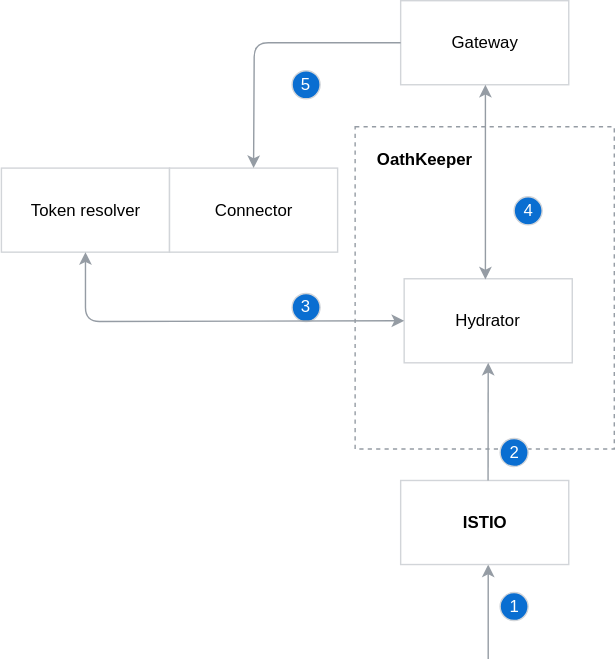
Above: docs/compass/assets/token-security-diagram-connector.svg in kyma-incubator/compass (draw.io), before the change. Source tidied: cells renumbered, new cells last; positions are measured from the earlier drawing's top-left corner, leaving out a move shared by most shapes. Source of this version:
```xml
<mxGraphModel>
  <root>
    <mxCell id="0" />
    <mxCell id="1" parent="0" />
    <mxCell id="2" style="rounded=0;whiteSpace=wrap;html=1;dashed=1;strokeColor=#959CA4;" parent="1" vertex="1">
      <mxGeometry x="253" y="90" width="185" height="230" as="geometry" />
    </mxCell>
    <mxCell id="3" value="Gateway" style="rounded=0;whiteSpace=wrap;html=1;strokeColor=#D2D5D9;" parent="1" vertex="1">
      <mxGeometry x="285.5" width="120" height="60" as="geometry" />
    </mxCell>
    <mxCell id="4" value="&lt;font color=&quot;#ffffff&quot;&gt;5&lt;br&gt;&lt;/font&gt;" style="ellipse;whiteSpace=wrap;html=1;strokeColor=#D2D5D9;fillColor=#0A6ED1;" parent="1" vertex="1">
      <mxGeometry x="208" y="50" width="20" height="20" as="geometry" />
    </mxCell>
    <mxCell id="5" value="&lt;font color=&quot;#ffffff&quot;&gt;4&lt;br&gt;&lt;/font&gt;" style="ellipse;whiteSpace=wrap;html=1;strokeColor=#D2D5D9;fillColor=#0A6ED1;" parent="1" vertex="1">
      <mxGeometry x="366.5" y="140" width="20" height="20" as="geometry" />
    </mxCell>
    <mxCell id="6" value="&lt;b&gt;OathKeeper&lt;/b&gt;" style="text;html=1;" parent="1" vertex="1">
      <mxGeometry x="267" y="100" width="70" height="30" as="geometry" />
    </mxCell>
    <mxCell id="7" value="&lt;font color=&quot;#ffffff&quot;&gt;1&lt;br&gt;&lt;/font&gt;" style="ellipse;whiteSpace=wrap;html=1;strokeColor=#D2D5D9;fillColor=#0A6ED1;" parent="1" vertex="1">
      <mxGeometry x="356.5" y="422.5" width="20" height="20" as="geometry" />
    </mxCell>
    <mxCell id="8" style="endArrow=classic;startArrow=none;html=1;entryX=0.5;entryY=1;entryDx=0;entryDy=0;strokeColor=#959CA4;startFill=0;" parent="1" edge="1">
      <mxGeometry relative="1" as="geometry">
        <mxPoint x="348" y="470" as="sourcePoint" />
        <mxPoint x="348" y="402.5" as="targetPoint" />
      </mxGeometry>
    </mxCell>
    <mxCell id="9" style="group;" parent="1" vertex="1">
      <mxGeometry x="58" y="97.5" width="350" height="245" as="geometry" />
    </mxCell>
    <mxCell id="10" style="group;" parent="9" vertex="1">
      <mxGeometry x="230" width="120" height="245" as="geometry" />
    </mxCell>
    <mxCell id="11" value="Hydrator" style="rounded=0;whiteSpace=wrap;html=1;strokeColor=#D2D5D9;" parent="10" vertex="1">
      <mxGeometry y="101" width="120" height="60" as="geometry" />
    </mxCell>
    <mxCell id="12" value="&lt;font color=&quot;#ffffff&quot;&gt;2&lt;br&gt;&lt;/font&gt;" style="ellipse;whiteSpace=wrap;html=1;strokeColor=#D2D5D9;fillColor=#0A6ED1;" parent="10" vertex="1">
      <mxGeometry x="68.5" y="215" width="20" height="20" as="geometry" />
    </mxCell>
    <mxCell id="13" value="&lt;font color=&quot;#ffffff&quot;&gt;3&lt;br&gt;&lt;/font&gt;" style="ellipse;whiteSpace=wrap;html=1;strokeColor=#D2D5D9;fillColor=#0A6ED1;" parent="9" vertex="1">
      <mxGeometry x="150" y="111.5" width="20" height="20" as="geometry" />
    </mxCell>
    <mxCell id="14" value="Token resolver" style="rounded=0;whiteSpace=wrap;html=1;fillColor=#FFFFFF;strokeColor=#D2D5D9;" parent="1" vertex="1">
      <mxGeometry x="0.5" y="119.5" width="120" height="60" as="geometry" />
    </mxCell>
    <mxCell id="15" value="Connector" style="rounded=0;whiteSpace=wrap;html=1;strokeColor=#D2D5D9;" parent="1" vertex="1">
      <mxGeometry x="120.5" y="119.5" width="120" height="60" as="geometry" />
    </mxCell>
    <mxCell id="16" style="endArrow=classic;startArrow=classic;html=1;entryX=0;entryY=0.5;entryDx=0;entryDy=0;strokeColor=#959CA4;exitX=0.5;exitY=1;exitDx=0;exitDy=0;" parent="1" edge="1" target="11">
      <mxGeometry relative="1" as="geometry">
        <mxPoint x="60.5" y="179.5" as="sourcePoint" />
        <Array as="points">
          <mxPoint x="60.5" y="229" />
        </Array>
      </mxGeometry>
    </mxCell>
    <mxCell id="17" style="group;" parent="1" vertex="1">
      <mxGeometry x="285.5" y="342.5" width="120" height="60" as="geometry" />
    </mxCell>
    <mxCell id="18" value="&lt;b&gt;ISTIO&lt;/b&gt;" style="rounded=0;whiteSpace=wrap;html=1;fillColor=#FFFFFF;strokeColor=#D2D5D9;" parent="17" vertex="1">
      <mxGeometry width="120" height="60" as="geometry" />
    </mxCell>
    <mxCell id="19" style="endArrow=classic;startArrow=classic;html=1;strokeColor=#959CA4;" parent="1" edge="1">
      <mxGeometry relative="1" as="geometry">
        <mxPoint x="346" y="199" as="sourcePoint" />
        <mxPoint x="346" y="60" as="targetPoint" />
      </mxGeometry>
    </mxCell>
    <mxCell id="20" style="endArrow=classic;startArrow=none;html=1;entryX=0.5;entryY=1;entryDx=0;entryDy=0;strokeColor=#959CA4;startFill=0;exitX=0.52;exitY=0;exitDx=0;exitDy=0;exitPerimeter=0;" parent="1" edge="1" source="18" target="11">
      <mxGeometry relative="1" as="geometry" />
    </mxCell>
    <mxCell id="21" style="endArrow=classic;startArrow=none;html=1;entryX=0.5;entryY=0;entryDx=0;entryDy=0;strokeColor=#959CA4;startFill=0;exitX=0;exitY=0.5;exitDx=0;exitDy=0;" parent="1" edge="1" source="3" target="15">
      <mxGeometry relative="1" as="geometry">
        <Array as="points">
          <mxPoint x="181" y="30" />
        </Array>
      </mxGeometry>
    </mxCell>
  </root>
</mxGraphModel>
```
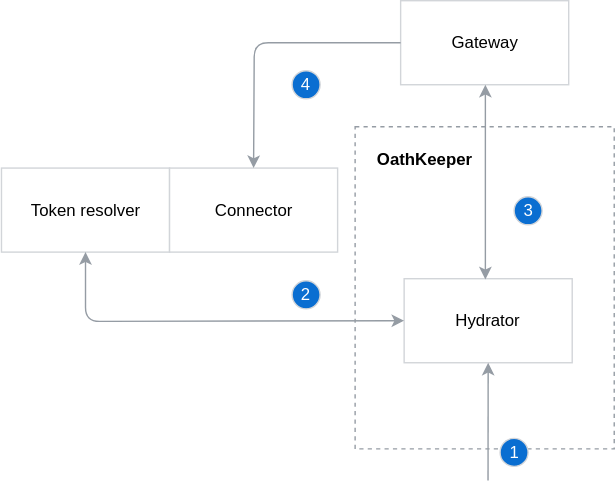
Above is the later version.

Commit message:
Apply review suggestions

Diff of the diagram source:
```diff
@@ -8,24 +8,15 @@
     <mxCell id="3" value="Gateway" style="rounded=0;whiteSpace=wrap;html=1;strokeColor=#D2D5D9;" parent="1" vertex="1">
       <mxGeometry x="285.5" width="120" height="60" as="geometry" />
     </mxCell>
-    <mxCell id="4" value="&lt;font color=&quot;#ffffff&quot;&gt;5&lt;br&gt;&lt;/font&gt;" style="ellipse;whiteSpace=wrap;html=1;strokeColor=#D2D5D9;fillColor=#0A6ED1;" parent="1" vertex="1">
+    <mxCell id="4" value="&lt;font color=&quot;#ffffff&quot;&gt;4&lt;br&gt;&lt;/font&gt;" style="ellipse;whiteSpace=wrap;html=1;strokeColor=#D2D5D9;fillColor=#0A6ED1;" parent="1" vertex="1">
       <mxGeometry x="208" y="50" width="20" height="20" as="geometry" />
     </mxCell>
-    <mxCell id="5" value="&lt;font color=&quot;#ffffff&quot;&gt;4&lt;br&gt;&lt;/font&gt;" style="ellipse;whiteSpace=wrap;html=1;strokeColor=#D2D5D9;fillColor=#0A6ED1;" parent="1" vertex="1">
+    <mxCell id="5" value="&lt;font color=&quot;#ffffff&quot;&gt;3&lt;br&gt;&lt;/font&gt;" style="ellipse;whiteSpace=wrap;html=1;strokeColor=#D2D5D9;fillColor=#0A6ED1;" parent="1" vertex="1">
       <mxGeometry x="366.5" y="140" width="20" height="20" as="geometry" />
     </mxCell>
     <mxCell id="6" value="&lt;b&gt;OathKeeper&lt;/b&gt;" style="text;html=1;" parent="1" vertex="1">
       <mxGeometry x="267" y="100" width="70" height="30" as="geometry" />
     </mxCell>
-    <mxCell id="7" value="&lt;font color=&quot;#ffffff&quot;&gt;1&lt;br&gt;&lt;/font&gt;" style="ellipse;whiteSpace=wrap;html=1;strokeColor=#D2D5D9;fillColor=#0A6ED1;" parent="1" vertex="1">
-      <mxGeometry x="356.5" y="422.5" width="20" height="20" as="geometry" />
-    </mxCell>
-    <mxCell id="8" style="endArrow=classic;startArrow=none;html=1;entryX=0.5;entryY=1;entryDx=0;entryDy=0;strokeColor=#959CA4;startFill=0;" parent="1" edge="1">
-      <mxGeometry relative="1" as="geometry">
-        <mxPoint x="348" y="470" as="sourcePoint" />
-        <mxPoint x="348" y="402.5" as="targetPoint" />
-      </mxGeometry>
-    </mxCell>
     <mxCell id="9" style="group;" parent="1" vertex="1">
       <mxGeometry x="58" y="97.5" width="350" height="245" as="geometry" />
     </mxCell>
@@ -35,11 +26,11 @@
     <mxCell id="11" value="Hydrator" style="rounded=0;whiteSpace=wrap;html=1;strokeColor=#D2D5D9;" parent="10" vertex="1">
       <mxGeometry y="101" width="120" height="60" as="geometry" />
     </mxCell>
-    <mxCell id="12" value="&lt;font color=&quot;#ffffff&quot;&gt;2&lt;br&gt;&lt;/font&gt;" style="ellipse;whiteSpace=wrap;html=1;strokeColor=#D2D5D9;fillColor=#0A6ED1;" parent="10" vertex="1">
+    <mxCell id="12" value="&lt;font color=&quot;#ffffff&quot;&gt;1&lt;br&gt;&lt;/font&gt;" style="ellipse;whiteSpace=wrap;html=1;strokeColor=#D2D5D9;fillColor=#0A6ED1;" parent="10" vertex="1">
       <mxGeometry x="68.5" y="215" width="20" height="20" as="geometry" />
     </mxCell>
-    <mxCell id="13" value="&lt;font color=&quot;#ffffff&quot;&gt;3&lt;br&gt;&lt;/font&gt;" style="ellipse;whiteSpace=wrap;html=1;strokeColor=#D2D5D9;fillColor=#0A6ED1;" parent="9" vertex="1">
-      <mxGeometry x="150" y="111.5" width="20" height="20" as="geometry" />
+    <mxCell id="13" value="&lt;font color=&quot;#ffffff&quot;&gt;2&lt;br&gt;&lt;/font&gt;" style="ellipse;whiteSpace=wrap;html=1;strokeColor=#D2D5D9;fillColor=#0A6ED1;" parent="9" vertex="1">
+      <mxGeometry x="150" y="102.5" width="20" height="20" as="geometry" />
     </mxCell>
     <mxCell id="14" value="Token resolver" style="rounded=0;whiteSpace=wrap;html=1;fillColor=#FFFFFF;strokeColor=#D2D5D9;" parent="1" vertex="1">
       <mxGeometry x="0.5" y="119.5" width="120" height="60" as="geometry" />
@@ -55,20 +46,16 @@
         </Array>
       </mxGeometry>
     </mxCell>
-    <mxCell id="17" style="group;" parent="1" vertex="1">
-      <mxGeometry x="285.5" y="342.5" width="120" height="60" as="geometry" />
-    </mxCell>
-    <mxCell id="18" value="&lt;b&gt;ISTIO&lt;/b&gt;" style="rounded=0;whiteSpace=wrap;html=1;fillColor=#FFFFFF;strokeColor=#D2D5D9;" parent="17" vertex="1">
-      <mxGeometry width="120" height="60" as="geometry" />
-    </mxCell>
     <mxCell id="19" style="endArrow=classic;startArrow=classic;html=1;strokeColor=#959CA4;" parent="1" edge="1">
       <mxGeometry relative="1" as="geometry">
         <mxPoint x="346" y="199" as="sourcePoint" />
         <mxPoint x="346" y="60" as="targetPoint" />
       </mxGeometry>
     </mxCell>
-    <mxCell id="20" style="endArrow=classic;startArrow=none;html=1;entryX=0.5;entryY=1;entryDx=0;entryDy=0;strokeColor=#959CA4;startFill=0;exitX=0.52;exitY=0;exitDx=0;exitDy=0;exitPerimeter=0;" parent="1" edge="1" source="18" target="11">
-      <mxGeometry relative="1" as="geometry" />
+    <mxCell id="20" style="endArrow=classic;startArrow=none;html=1;entryX=0.5;entryY=1;entryDx=0;entryDy=0;strokeColor=#959CA4;startFill=0;exitX=0.52;exitY=0;exitDx=0;exitDy=0;exitPerimeter=0;" parent="1" edge="1" target="11">
+      <mxGeometry relative="1" as="geometry">
+        <mxPoint x="347.9" y="342.5" as="sourcePoint" />
+      </mxGeometry>
     </mxCell>
     <mxCell id="21" style="endArrow=classic;startArrow=none;html=1;entryX=0.5;entryY=0;entryDx=0;entryDy=0;strokeColor=#959CA4;startFill=0;exitX=0;exitY=0.5;exitDx=0;exitDy=0;" parent="1" edge="1" source="3" target="15">
       <mxGeometry relative="1" as="geometry">
```
